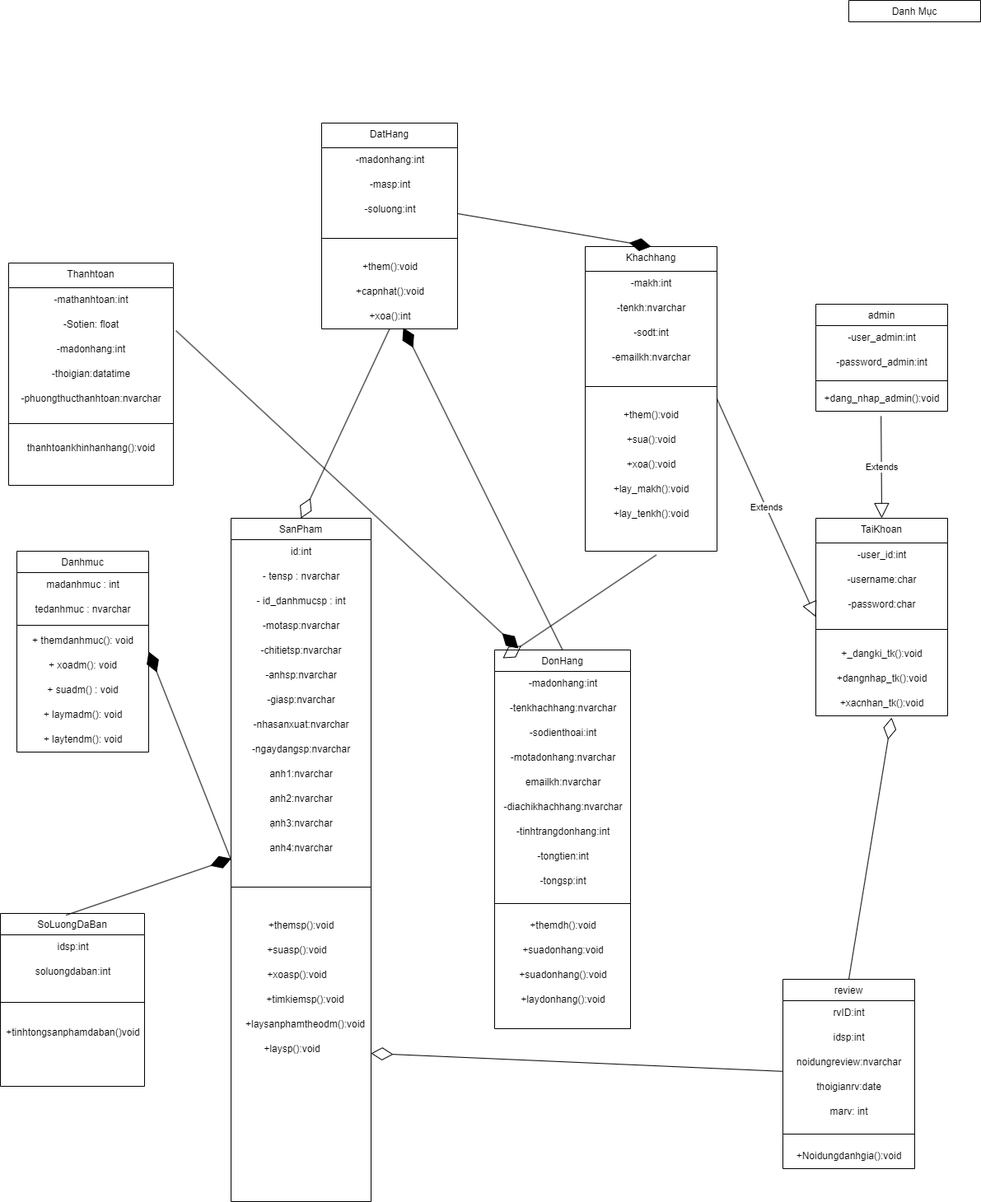
Before: vẽ class diagram cho web bán hàng.drawio.png, a diagram exported from draw.io (TTHTech/Diagram). Source tidied: cells renumbered, new cells last; positions are measured from the earlier drawing's top-left corner, leaving out a move shared by most shapes.
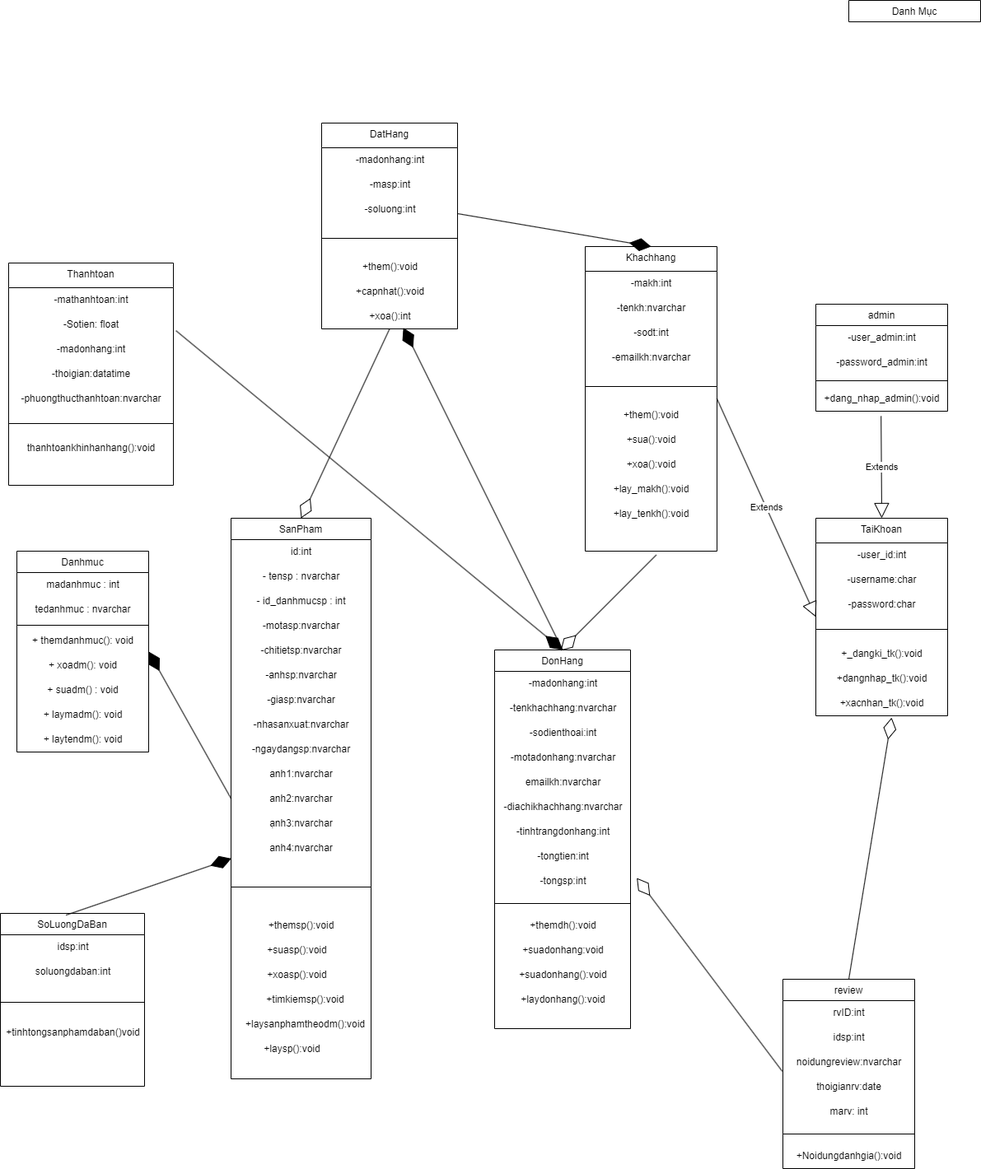
The same file after the commit.

Commit message:
Cập nhật vẽ class diagram cho web bán hàng.drawio.png

The edit, as a diff of the source:
```diff
@@ -217,13 +217,13 @@
     <mxCell id="72" style="endArrow=diamondThin;endFill=1;endSize=24;html=1;rounded=0;exitX=0.5;exitY=0;exitDx=0;exitDy=0;entryX=0.601;entryY=0.953;entryDx=0;entryDy=0;entryPerimeter=0;" parent="1" edge="1" source="19" target="66">
       <mxGeometry relative="1" as="geometry" />
     </mxCell>
-    <mxCell id="73" style="endArrow=diamondThin;endFill=1;endSize=24;html=1;rounded=0;exitX=1.016;exitY=0.74;exitDx=0;exitDy=0;exitPerimeter=0;entryX=0.175;entryY=-0.004;entryDx=0;entryDy=0;entryPerimeter=0;" parent="1" edge="1" source="13" target="19">
+    <mxCell id="73" style="endArrow=diamondThin;endFill=1;endSize=24;html=1;rounded=0;exitX=1.016;exitY=0.74;exitDx=0;exitDy=0;exitPerimeter=0;entryX=0.5;entryY=0;entryDx=0;entryDy=0;" parent="1" edge="1" source="13" target="19">
       <mxGeometry relative="1" as="geometry" />
     </mxCell>
-    <mxCell id="74" style="endArrow=diamondThin;endFill=0;endSize=24;html=1;rounded=0;entryX=0.568;entryY=-0.01;entryDx=0;entryDy=0;entryPerimeter=0;" parent="1" edge="1">
+    <mxCell id="74" style="endArrow=diamondThin;endFill=0;endSize=24;html=1;rounded=0;" parent="1" edge="1">
       <mxGeometry relative="1" as="geometry">
         <mxPoint x="796.3" y="673.6" as="sourcePoint" />
-        <mxPoint x="610" y="799" as="targetPoint" />
+        <mxPoint x="680" y="790" as="targetPoint" />
       </mxGeometry>
     </mxCell>
     <mxCell id="75" value="SoLuongDaBan" style="swimlane;fontStyle=0;align=center;verticalAlign=top;horizontal=1;startSize=26;rounded=0;shadow=0;strokeWidth=1;" parent="1" vertex="1">
@@ -245,7 +245,7 @@
       <mxGeometry relative="1" as="geometry" />
     </mxCell>
     <mxCell id="81" value="SanPham" style="swimlane;fontStyle=0;align=center;verticalAlign=top;horizontal=1;startSize=26;rounded=0;shadow=0;strokeWidth=1;" parent="1" vertex="1">
-      <mxGeometry x="280" y="629" width="170" height="830" as="geometry" />
+      <mxGeometry x="280" y="629" width="170" height="681" as="geometry" />
     </mxCell>
     <mxCell id="82" value="id:int" style="text;html=1;align=center;verticalAlign=middle;strokeColor=none;fillColor=none;" parent="81" vertex="1">
       <mxGeometry y="26" width="170" height="30" as="geometry" />
@@ -337,10 +337,8 @@
     <mxCell id="111" value="+Noidungdanhgia():void" style="text;html=1;align=center;verticalAlign=middle;strokeColor=none;fillColor=none;" parent="104" vertex="1">
       <mxGeometry y="200" width="160" height="30" as="geometry" />
     </mxCell>
-    <mxCell id="112" style="endArrow=diamondThin;endFill=0;endSize=24;html=1;rounded=0;exitX=-0.005;exitY=0.86;exitDx=0;exitDy=0;exitPerimeter=0;" parent="1" edge="1" source="107">
-      <mxGeometry relative="1" as="geometry">
-        <mxPoint x="450" y="1279" as="targetPoint" />
-      </mxGeometry>
+    <mxCell id="112" style="endArrow=diamondThin;endFill=0;endSize=24;html=1;rounded=0;exitX=-0.005;exitY=0.86;exitDx=0;exitDy=0;exitPerimeter=0;entryX=1.046;entryY=0.367;entryDx=0;entryDy=0;entryPerimeter=0;" parent="1" edge="1" source="107" target="28">
+      <mxGeometry relative="1" as="geometry" />
     </mxCell>
     <mxCell id="113" style="endArrow=diamondThin;endFill=0;endSize=24;html=1;rounded=0;exitX=0.5;exitY=0;exitDx=0;exitDy=0;entryX=0.575;entryY=1.073;entryDx=0;entryDy=0;entryPerimeter=0;" parent="1" edge="1" source="104" target="41">
       <mxGeometry relative="1" as="geometry" />
```
